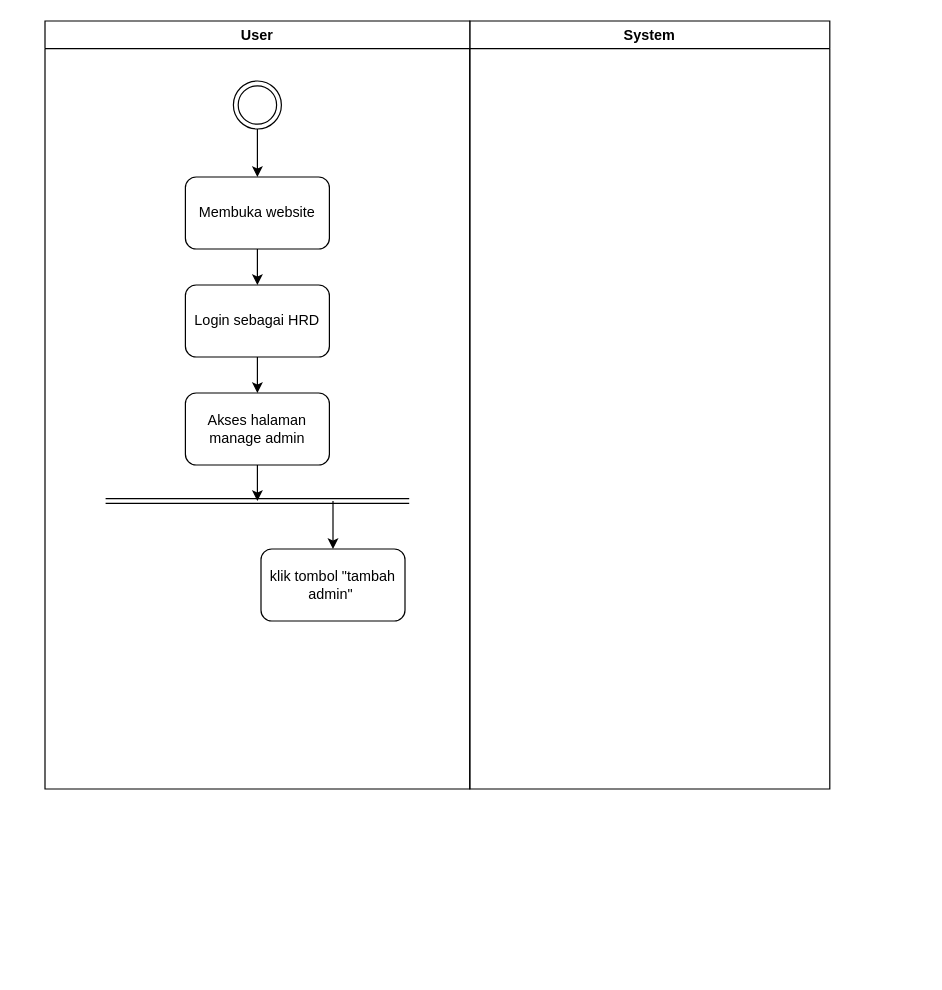
Earlier version of the draw.io diagram page "Manage Admin - HRD" (6 of 11) of Design Diagram/Activity Diagram/Activity Diagram.drawio (onicyborg/project-nurul-copy). Source tidied: cells renumbered, new cells numbered last; positions are measured from the earlier drawing's top-left corner, leaving out a move shared by most shapes. Both pictures are drawn from the tidied source at 120%, with x=0, y=0 at pixel (44, 20).
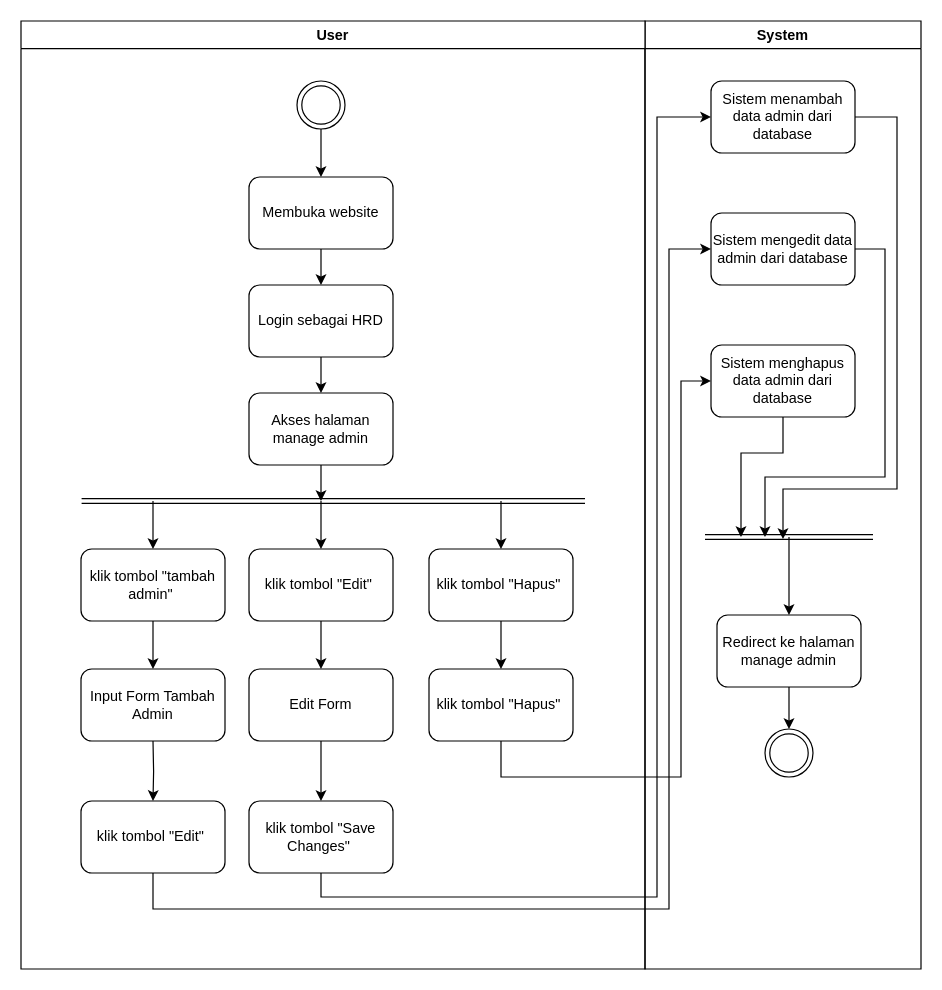
Above is the later version.

The edit, as a diff of the source:
```diff
@@
     <mxCell id="2" value="System" style="swimlane;whiteSpace=wrap;html=1;" parent="1" vertex="1">
-      <mxGeometry x="354" width="300" height="640" as="geometry" />
+      <mxGeometry x="500" width="230" height="790" as="geometry" />
     </mxCell>
+    <mxCell id="15" style="edgeStyle=orthogonalEdgeStyle;rounded=0;jettySize=auto;html=1;" parent="2" edge="1" source="16">
+      <mxGeometry relative="1" as="geometry">
+        <mxPoint x="80" y="430" as="targetPoint" />
+        <Array as="points">
+          <mxPoint x="115" y="360" />
+          <mxPoint x="80" y="360" />
+        </Array>
+      </mxGeometry>
+    </mxCell>
+    <mxCell id="16" value="Sistem menghapus data admin dari database" style="rounded=1;whiteSpace=wrap;html=1;" parent="2" vertex="1">
+      <mxGeometry x="55" y="270" width="120" height="60" as="geometry" />
+    </mxCell>
+    <mxCell id="17" style="edgeStyle=orthogonalEdgeStyle;rounded=0;jettySize=auto;html=1;exitX=1;exitY=0.5;exitDx=0;exitDy=0;" parent="2" edge="1" source="18">
+      <mxGeometry relative="1" as="geometry">
+        <mxPoint x="100" y="430" as="targetPoint" />
+        <Array as="points">
+          <mxPoint x="200" y="190" />
+          <mxPoint x="200" y="380" />
+          <mxPoint x="100" y="380" />
+        </Array>
+      </mxGeometry>
+    </mxCell>
+    <mxCell id="18" value="Sistem mengedit data admin dari database" style="rounded=1;whiteSpace=wrap;html=1;" parent="2" vertex="1">
+      <mxGeometry x="55" y="160" width="120" height="60" as="geometry" />
+    </mxCell>
+    <mxCell id="19" style="edgeStyle=orthogonalEdgeStyle;rounded=0;jettySize=auto;html=1;exitX=1;exitY=0.5;exitDx=0;exitDy=0;" parent="2" edge="1" source="20">
+      <mxGeometry relative="1" as="geometry">
+        <mxPoint x="115" y="431.7" as="targetPoint" />
+        <Array as="points">
+          <mxPoint x="210" y="80" />
+          <mxPoint x="210" y="390" />
+          <mxPoint x="115" y="390" />
+        </Array>
+      </mxGeometry>
+    </mxCell>
+    <mxCell id="20" value="Sistem menambah data admin dari database" style="rounded=1;whiteSpace=wrap;html=1;" parent="2" vertex="1">
+      <mxGeometry x="55" y="50" width="120" height="60" as="geometry" />
+    </mxCell>
+    <mxCell id="21" style="shape=link;html=1;rounded=0;" parent="2" edge="1">
+      <mxGeometry relative="1" as="geometry">
+        <mxPoint x="50" y="430" as="sourcePoint" />
+        <mxPoint x="190" y="430" as="targetPoint" />
+      </mxGeometry>
+    </mxCell>
+    <mxCell id="22" style="edgeStyle=orthogonalEdgeStyle;rounded=0;jettySize=auto;html=1;" parent="2" edge="1" source="23" target="24">
+      <mxGeometry relative="1" as="geometry" />
+    </mxCell>
+    <mxCell id="23" value="Redirect ke halaman manage admin" style="rounded=1;whiteSpace=wrap;html=1;" parent="2" vertex="1">
+      <mxGeometry x="60" y="495" width="120" height="60" as="geometry" />
+    </mxCell>
+    <mxCell id="24" style="ellipse;shape=doubleEllipse;whiteSpace=wrap;html=1;" parent="2" vertex="1">
+      <mxGeometry x="100" y="590" width="40" height="40" as="geometry" />
+    </mxCell>
     <mxCell id="3" value="User" style="swimlane;whiteSpace=wrap;html=1;startSize=23;" parent="1" vertex="1">
-      <mxGeometry width="354" height="640" as="geometry" />
+      <mxGeometry x="-20" width="520" height="790" as="geometry" />
     </mxCell>
@@
     <mxCell id="5" style="ellipse;shape=doubleEllipse;whiteSpace=wrap;html=1;" parent="3" vertex="1">
-      <mxGeometry x="157" y="50" width="40" height="40" as="geometry" />
+      <mxGeometry x="230" y="50" width="40" height="40" as="geometry" />
     </mxCell>
@@
     <mxCell id="7" value="Membuka website" style="rounded=1;whiteSpace=wrap;html=1;" parent="3" vertex="1">
-      <mxGeometry x="117" y="130" width="120" height="60" as="geometry" />
+      <mxGeometry x="190" y="130" width="120" height="60" as="geometry" />
     </mxCell>
     <mxCell id="8" style="edgeStyle=orthogonalEdgeStyle;rounded=0;jettySize=auto;html=1;" parent="3" edge="1" source="9">
       <mxGeometry relative="1" as="geometry">
-        <mxPoint x="177" y="310" as="targetPoint" />
+        <mxPoint x="250" y="310" as="targetPoint" />
       </mxGeometry>
     </mxCell>
     <mxCell id="9" value="Login sebagai HRD" style="rounded=1;whiteSpace=wrap;html=1;" parent="3" vertex="1">
-      <mxGeometry x="117" y="220" width="120" height="60" as="geometry" />
+      <mxGeometry x="190" y="220" width="120" height="60" as="geometry" />
     </mxCell>
     <mxCell id="10" style="edgeStyle=orthogonalEdgeStyle;rounded=0;jettySize=auto;html=1;" parent="3" edge="1" source="11">
       <mxGeometry relative="1" as="geometry">
-        <mxPoint x="177" y="400" as="targetPoint" />
+        <mxPoint x="250" y="400" as="targetPoint" />
       </mxGeometry>
     </mxCell>
     <mxCell id="11" value="Akses halaman manage admin" style="rounded=1;whiteSpace=wrap;html=1;" parent="3" vertex="1">
-      <mxGeometry x="117" y="310" width="120" height="60" as="geometry" />
+      <mxGeometry x="190" y="310" width="120" height="60" as="geometry" />
     </mxCell>
     <mxCell id="12" style="shape=link;html=1;rounded=0;" parent="3" edge="1">
       <mxGeometry relative="1" as="geometry">
         <mxPoint x="50.5" y="400" as="sourcePoint" />
-        <mxPoint x="303.5" y="400" as="targetPoint" />
+        <mxPoint x="470" y="400" as="targetPoint" />
       </mxGeometry>
     </mxCell>
+    <mxCell id="14" style="endArrow=classic;html=1;rounded=0;entryX=0.5;entryY=0;entryDx=0;entryDy=0;" parent="3" edge="1" target="13">
+      <mxGeometry relative="1" as="geometry">
+        <mxPoint x="110" y="400" as="sourcePoint" />
+      </mxGeometry>
+    </mxCell>
     <mxCell id="13" value="klik tombol &quot;tambah admin&quot;&amp;nbsp;" style="rounded=1;whiteSpace=wrap;html=1;" parent="3" vertex="1">
-      <mxGeometry x="180" y="440" width="120" height="60" as="geometry" />
+      <mxGeometry x="50" y="440" width="120" height="60" as="geometry" />
     </mxCell>
-    <mxCell id="14" style="endArrow=classic;html=1;rounded=0;entryX=0.5;entryY=0;entryDx=0;entryDy=0;" parent="1" edge="1" target="13">
-      <mxGeometry relative="1" as="geometry">
-        <mxPoint x="240" y="400" as="sourcePoint" />
-      </mxGeometry>
-    </mxCell>
+    <mxCell id="25" style="endArrow=classic;html=1;rounded=0;entryX=0.5;entryY=0;entryDx=0;entryDy=0;" parent="3" edge="1" target="26">
+      <mxGeometry relative="1" as="geometry">
+        <mxPoint x="250" y="400" as="sourcePoint" />
+      </mxGeometry>
+    </mxCell>
+    <mxCell id="26" value="klik tombol &quot;Edit&quot;&amp;nbsp;" style="rounded=1;whiteSpace=wrap;html=1;" parent="3" vertex="1">
+      <mxGeometry x="190" y="440" width="120" height="60" as="geometry" />
+    </mxCell>
+    <mxCell id="27" value="klik tombol &quot;Hapus&quot;&amp;nbsp;" style="rounded=1;whiteSpace=wrap;html=1;" parent="3" vertex="1">
+      <mxGeometry x="340" y="440" width="120" height="60" as="geometry" />
+    </mxCell>
+    <mxCell id="28" style="endArrow=classic;html=1;rounded=0;entryX=0.5;entryY=0;entryDx=0;entryDy=0;" parent="3" edge="1" target="27">
+      <mxGeometry relative="1" as="geometry">
+        <mxPoint x="400" y="400" as="sourcePoint" />
+      </mxGeometry>
+    </mxCell>
+    <mxCell id="29" value="Input Form Tambah Admin" style="rounded=1;whiteSpace=wrap;html=1;" parent="3" vertex="1">
+      <mxGeometry x="50" y="540" width="120" height="60" as="geometry" />
+    </mxCell>
+    <mxCell id="30" style="edgeStyle=orthogonalEdgeStyle;rounded=0;jettySize=auto;html=1;exitX=0.5;exitY=1;exitDx=0;exitDy=0;" parent="3" edge="1" source="13" target="29">
+      <mxGeometry relative="1" as="geometry" />
+    </mxCell>
+    <mxCell id="31" value="klik tombol &quot;Edit&quot;&amp;nbsp;" style="rounded=1;whiteSpace=wrap;html=1;" parent="3" vertex="1">
+      <mxGeometry x="50" y="650" width="120" height="60" as="geometry" />
+    </mxCell>
+    <mxCell id="32" value="Edit Form" style="rounded=1;whiteSpace=wrap;html=1;" parent="3" vertex="1">
+      <mxGeometry x="190" y="540" width="120" height="60" as="geometry" />
+    </mxCell>
+    <mxCell id="33" style="edgeStyle=orthogonalEdgeStyle;rounded=0;jettySize=auto;html=1;" parent="3" edge="1" source="26" target="32">
+      <mxGeometry relative="1" as="geometry" />
+    </mxCell>
+    <mxCell id="34" value="klik tombol &quot;Hapus&quot;&amp;nbsp;" style="rounded=1;whiteSpace=wrap;html=1;" parent="3" vertex="1">
+      <mxGeometry x="340" y="540" width="120" height="60" as="geometry" />
+    </mxCell>
+    <mxCell id="35" style="edgeStyle=orthogonalEdgeStyle;rounded=0;jettySize=auto;html=1;" parent="3" edge="1" source="27" target="34">
+      <mxGeometry relative="1" as="geometry" />
+    </mxCell>
+    <mxCell id="36" value="klik tombol &quot;Save Changes&quot;&amp;nbsp;" style="rounded=1;whiteSpace=wrap;html=1;" parent="3" vertex="1">
+      <mxGeometry x="190" y="650" width="120" height="60" as="geometry" />
+    </mxCell>
+    <mxCell id="37" style="edgeStyle=orthogonalEdgeStyle;rounded=0;jettySize=auto;html=1;" parent="3" edge="1" source="32" target="36">
+      <mxGeometry relative="1" as="geometry" />
+    </mxCell>
+    <mxCell id="38" style="edgeStyle=orthogonalEdgeStyle;rounded=0;jettySize=auto;html=1;entryX=0.5;entryY=0;entryDx=0;entryDy=0;" parent="1" edge="1" target="31">
+      <mxGeometry relative="1" as="geometry">
+        <mxPoint x="90" y="600" as="sourcePoint" />
+      </mxGeometry>
+    </mxCell>
+    <mxCell id="39" style="edgeStyle=orthogonalEdgeStyle;rounded=0;jettySize=auto;html=1;entryX=0;entryY=0.5;entryDx=0;entryDy=0;exitX=0.5;exitY=1;exitDx=0;exitDy=0;" parent="1" edge="1" source="34" target="16">
+      <mxGeometry relative="1" as="geometry">
+        <Array as="points">
+          <mxPoint x="380" y="630" />
+          <mxPoint x="530" y="630" />
+          <mxPoint x="530" y="300" />
+        </Array>
+      </mxGeometry>
+    </mxCell>
+    <mxCell id="40" style="edgeStyle=orthogonalEdgeStyle;rounded=0;jettySize=auto;html=1;entryX=0;entryY=0.5;entryDx=0;entryDy=0;" parent="1" edge="1" source="36" target="20">
+      <mxGeometry relative="1" as="geometry">
+        <Array as="points">
+          <mxPoint x="230" y="730" />
+          <mxPoint x="510" y="730" />
+          <mxPoint x="510" y="80" />
+        </Array>
+      </mxGeometry>
+    </mxCell>
+    <mxCell id="41" style="edgeStyle=orthogonalEdgeStyle;rounded=0;jettySize=auto;html=1;entryX=0;entryY=0.5;entryDx=0;entryDy=0;" parent="1" edge="1" source="31" target="18">
+      <mxGeometry relative="1" as="geometry">
+        <Array as="points">
+          <mxPoint x="90" y="740" />
+          <mxPoint x="520" y="740" />
+          <mxPoint x="520" y="190" />
+        </Array>
+      </mxGeometry>
+    </mxCell>
+    <mxCell id="42" style="endArrow=classic;html=1;rounded=0;entryX=0.5;entryY=0;entryDx=0;entryDy=0;" parent="1" edge="1" target="23">
+      <mxGeometry relative="1" as="geometry">
+        <mxPoint x="620" y="430" as="sourcePoint" />
+      </mxGeometry>
+    </mxCell>
```
